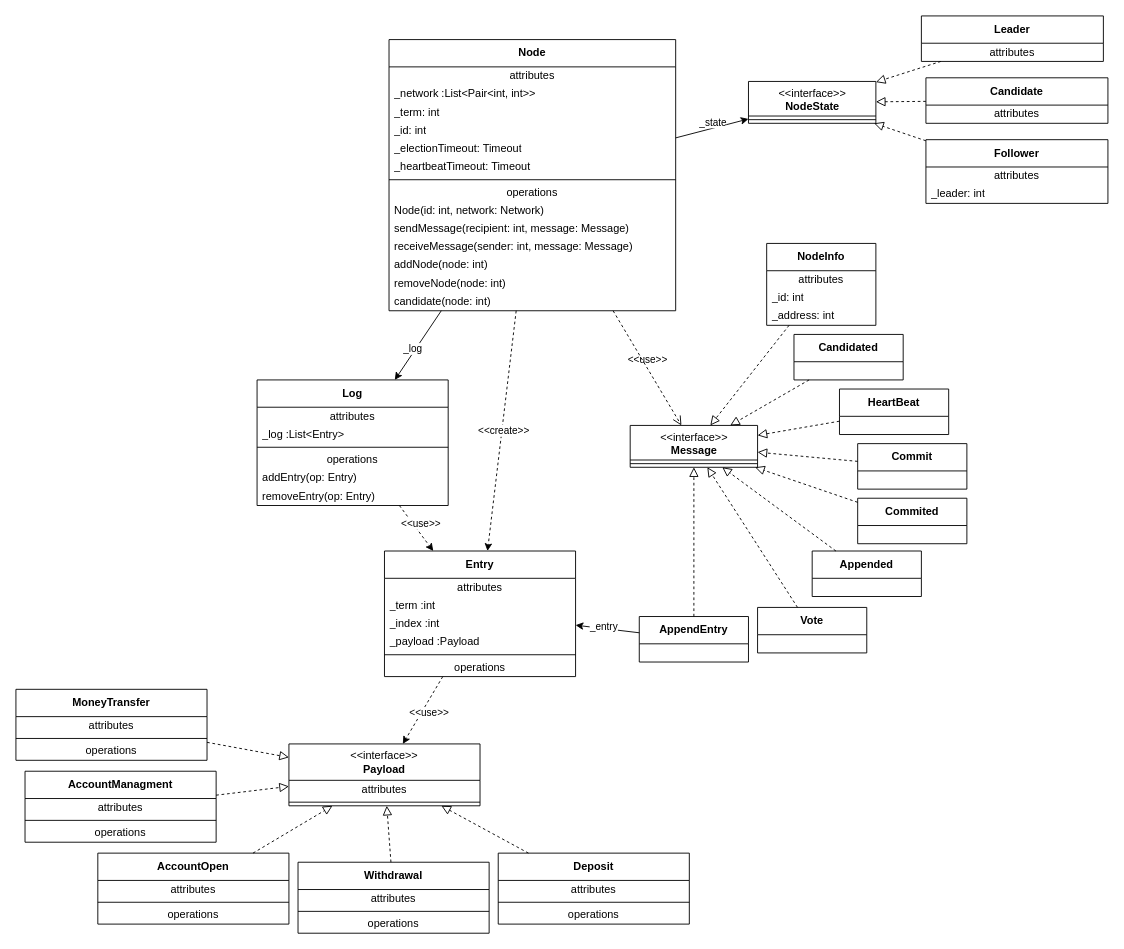
Earlier version of the draw.io diagram Docs/ProjectDesign.drawio (jacopo-angeli/RforCandD-P). Source tidied: cells renumbered, new cells numbered last; positions are measured from the earlier drawing's top-left corner, leaving out a move shared by most shapes. Both pictures are drawn from the tidied source at 91%, with x=0, y=0 at pixel (15, 15).
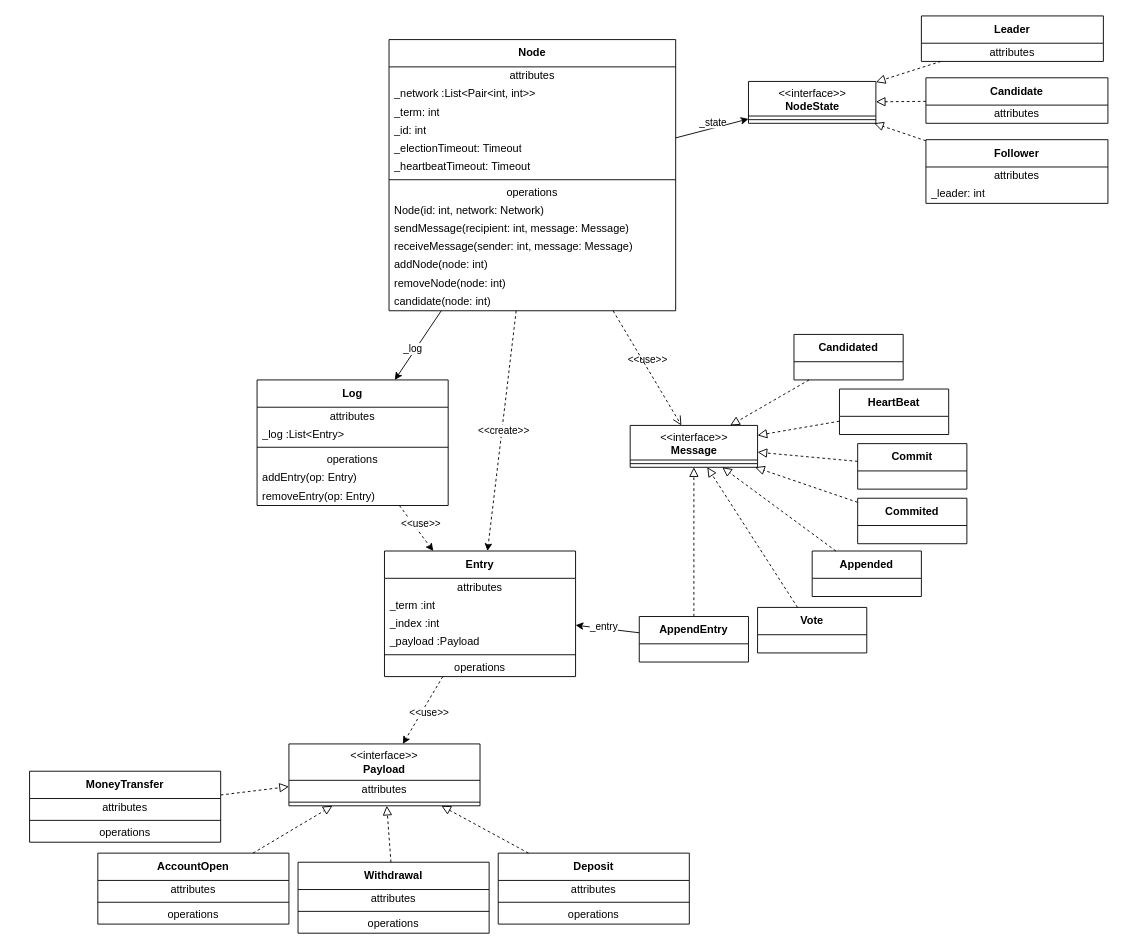
The same diagram, later.

The change refers to these unchanged cells:
```xml
<mxCell id="48" value="&amp;lt;&amp;lt;interface&amp;gt;&amp;gt;&lt;br&gt;&lt;b&gt;Message&lt;/b&gt;" style="swimlane;fontStyle=0;align=center;verticalAlign=top;horizontal=1;startSize=38;html=1;" parent="1" vertex="1">
  <mxGeometry x="675" y="450" width="140" height="46" as="geometry" />
</mxCell>
<mxCell id="73" value="&lt;span style=&quot;&quot;&gt;&amp;lt;&amp;lt;interface&amp;gt;&amp;gt;&lt;/span&gt;&lt;br style=&quot;border-color: var(--border-color);&quot;&gt;&lt;b&gt;Payload&lt;/b&gt;" style="swimlane;fontStyle=0;align=center;verticalAlign=middle;horizontal=1;startSize=40;html=1;whiteSpace=wrap;" parent="1" vertex="1">
  <mxGeometry x="300" y="800" width="210" height="68" as="geometry" />
</mxCell>
```

The edit, as a diff of the source:
```diff
@@
-    <mxCell id="67" value="&lt;b&gt;NodeInfo&lt;/b&gt;" style="swimlane;fontStyle=0;align=center;verticalAlign=middle;horizontal=1;startSize=30;html=1;whiteSpace=wrap;" parent="1" vertex="1">
-      <mxGeometry x="825" y="250" width="120" height="90" as="geometry" />
-    </mxCell>
-    <mxCell id="68" value="attributes" style="text;html=1;strokeColor=none;fillColor=none;align=center;verticalAlign=middle;spacingLeft=4;spacingRight=4;overflow=hidden;whiteSpace=wrap;" parent="67" vertex="1">
-      <mxGeometry y="30" width="120" height="20" as="geometry" />
-    </mxCell>
-    <mxCell id="69" value="&lt;div&gt;_id: int&lt;/div&gt;" style="text;html=1;strokeColor=none;fillColor=none;align=left;verticalAlign=middle;spacingLeft=4;spacingRight=4;overflow=hidden;whiteSpace=wrap;" parent="67" vertex="1">
-      <mxGeometry y="50" width="120" height="20" as="geometry" />
-    </mxCell>
-    <mxCell id="70" value="&lt;div&gt;_address: int&lt;/div&gt;" style="text;html=1;strokeColor=none;fillColor=none;align=left;verticalAlign=middle;spacingLeft=4;spacingRight=4;overflow=hidden;whiteSpace=wrap;" parent="67" vertex="1">
-      <mxGeometry y="70" width="120" height="20" as="geometry" />
-    </mxCell>
-    <mxCell id="71" style="endArrow=block;startArrow=none;endFill=0;startFill=0;endSize=8;html=1;verticalAlign=bottom;labelBackgroundColor=none;dashed=1;" parent="1" edge="1" source="67" target="48">
-      <mxGeometry relative="1" as="geometry" />
-    </mxCell>
@@
-    <mxCell id="88" value="&lt;b&gt;AccountManagment&lt;/b&gt;" style="swimlane;fontStyle=0;align=center;verticalAlign=middle;horizontal=1;startSize=30;html=1;whiteSpace=wrap;" parent="1" vertex="1">
-      <mxGeometry x="10" y="830" width="210" height="78" as="geometry" />
-    </mxCell>
-    <mxCell id="89" value="attributes" style="text;html=1;strokeColor=none;fillColor=none;align=center;verticalAlign=middle;spacingLeft=4;spacingRight=4;overflow=hidden;whiteSpace=wrap;" parent="88" vertex="1">
-      <mxGeometry y="30" width="210" height="20" as="geometry" />
-    </mxCell>
-    <mxCell id="90" style="line;strokeWidth=1;fillColor=none;align=left;verticalAlign=middle;spacingTop=-1;spacingLeft=3;spacingRight=3;labelPosition=right;" parent="88" vertex="1">
-      <mxGeometry y="50" width="210" height="8" as="geometry" />
-    </mxCell>
-    <mxCell id="91" value="operations" style="text;html=1;strokeColor=none;fillColor=none;align=center;verticalAlign=middle;spacingLeft=4;spacingRight=4;overflow=hidden;whiteSpace=wrap;" parent="88" vertex="1">
-      <mxGeometry y="58" width="210" height="20" as="geometry" />
-    </mxCell>
     <mxCell id="92" value="&lt;b&gt;MoneyTransfer&lt;/b&gt;" style="swimlane;fontStyle=0;align=center;verticalAlign=middle;horizontal=1;startSize=30;html=1;whiteSpace=wrap;" parent="1" vertex="1">
-      <mxGeometry y="740" width="210" height="78" as="geometry" />
+      <mxGeometry x="15" y="830" width="210" height="78" as="geometry" />
     </mxCell>
@@
-    <mxCell id="99" style="endArrow=block;startArrow=none;endFill=0;startFill=0;endSize=8;html=1;verticalAlign=bottom;labelBackgroundColor=none;dashed=1;" parent="1" edge="1" source="88" target="73">
-      <mxGeometry relative="1" as="geometry" />
-    </mxCell>
```
